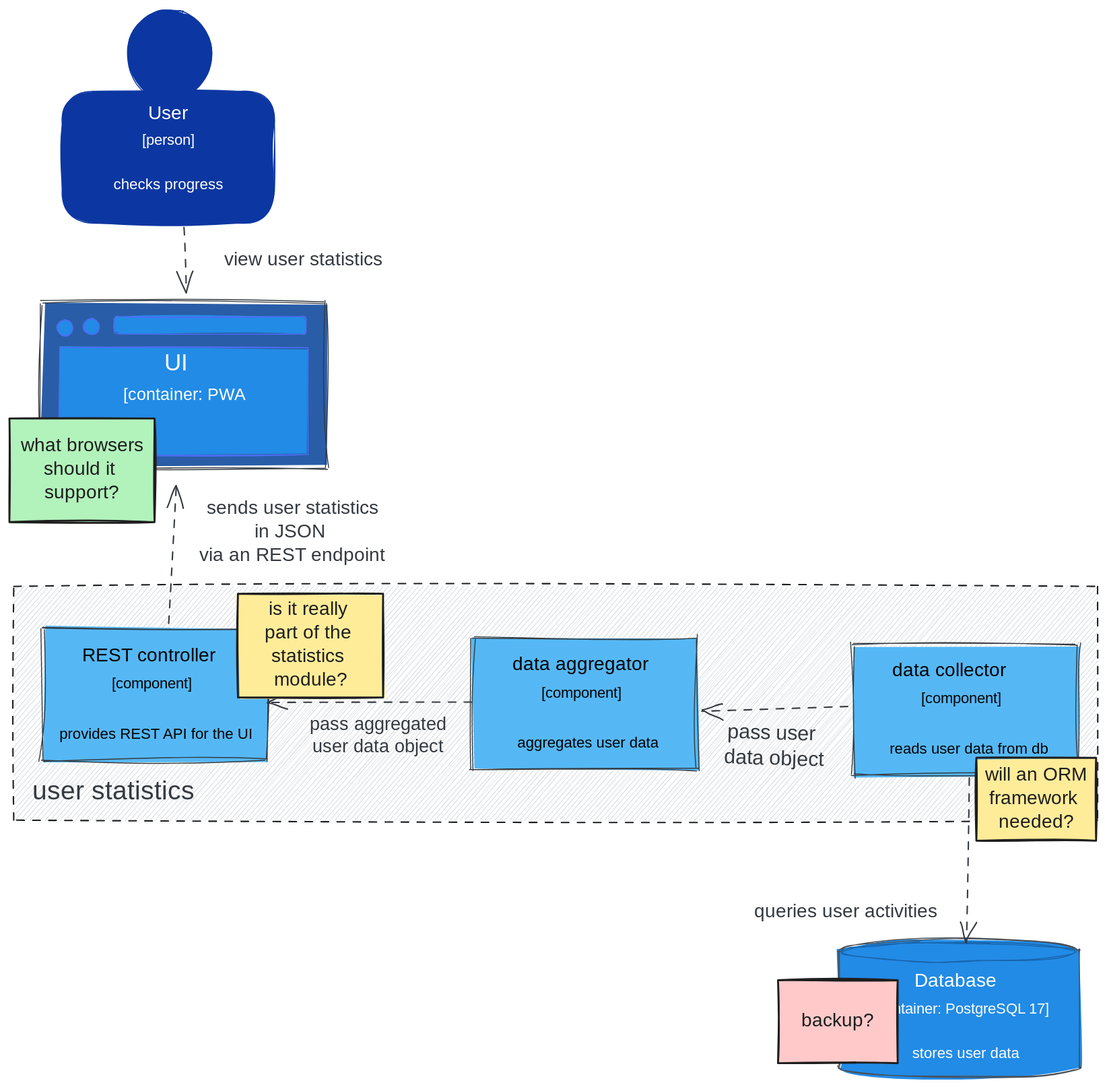
This is lectures/figures/user_statistics/risk_storming.excalidraw.svg from pintergreg/software-engineering, a Excalidraw export, as it was before one commit. Source tidied: one line per element, renumbered; positions are measured from the earlier drawing's top-left corner, leaving out a move shared by most shapes.
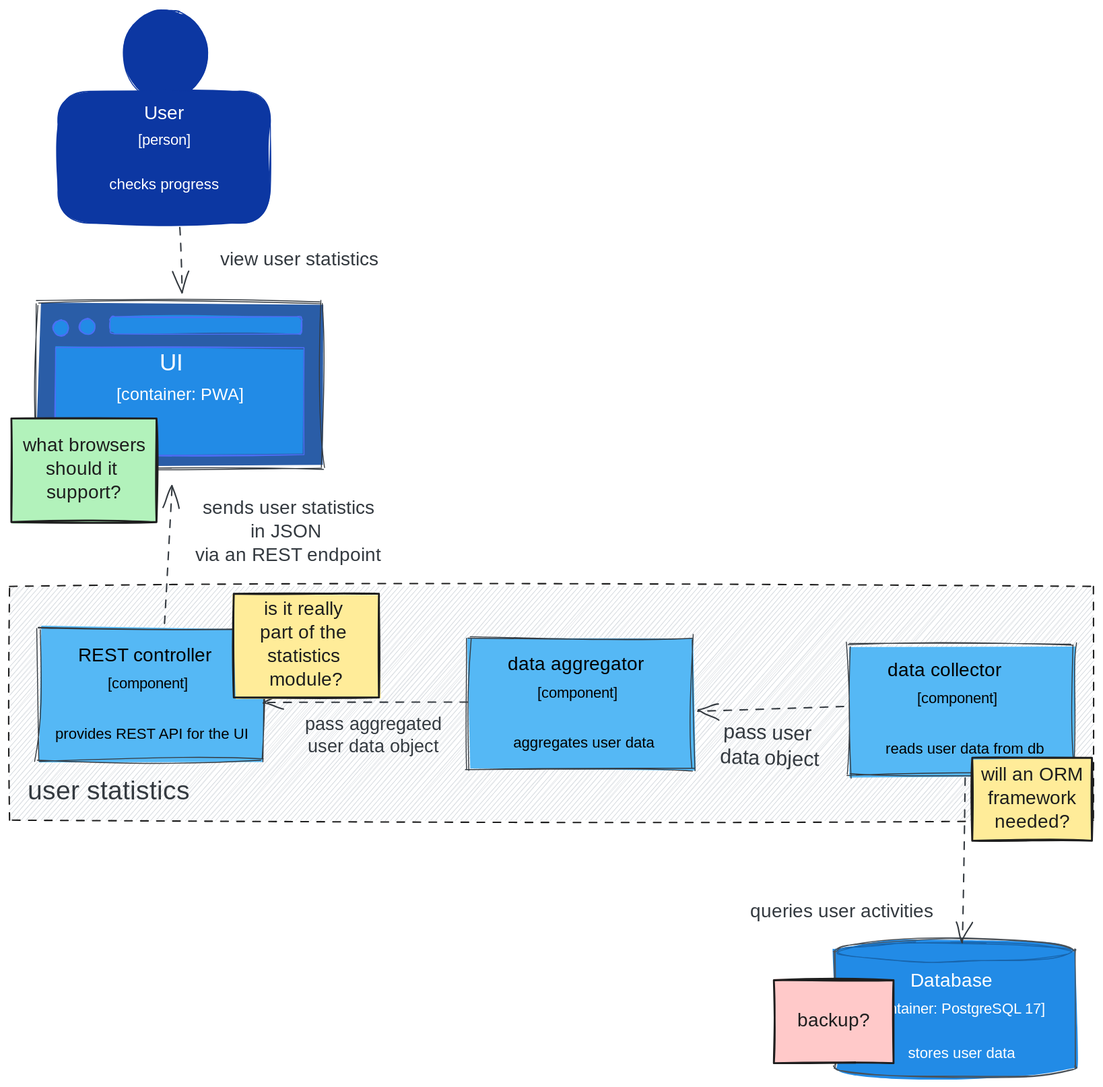
After the commit.

What changed in the source:
```diff
@@ -10,7 +10,7 @@
 {"id": 9, "type": "ellipse", "strokeColor": "#4c6ef5", "backgroundColor": "#228be6", "fillStyle": "solid", "strokeWidth": 1, "roughness": 1, "x": 51, "y": 329, "width": 17, "height": 17}
 {"id": 10, "type": "ellipse", "strokeColor": "#4c6ef5", "backgroundColor": "#228be6", "fillStyle": "solid", "strokeWidth": 1, "roughness": 1, "x": 79, "y": 328, "width": 17, "height": 17}
 {"id": 11, "type": "text", "text": "UI", "strokeColor": "#fff", "backgroundColor": "#228be6", "fillStyle": "solid", "strokeWidth": 1, "roughness": 1, "fontSize": 25.18, "fontFamily": 1, "x": 164, "y": 361, "width": 32, "height": 31}
-{"id": 12, "type": "text", "text": "[container: PWA", "strokeColor": "#fff", "backgroundColor": "#55b8f5", "fillStyle": "solid", "strokeWidth": 1, "roughness": 1, "fontSize": 18.01, "fontFamily": 3, "textAlign": "center", "x": 105, "y": 397, "width": 162, "height": 23}
+{"id": 12, "type": "text", "text": "[container: PWA]", "strokeColor": "#fff", "backgroundColor": "#55b8f5", "fillStyle": "solid", "strokeWidth": 1, "roughness": 1, "fontSize": 18.01, "fontFamily": 3, "textAlign": "center", "x": 101, "y": 397, "width": 169, "height": 23}
 {"id": 13, "type": "line", "strokeColor": "#495057", "backgroundColor": "#228be6", "fillStyle": "solid", "strokeWidth": 1, "roughness": 1, "round": true, "x": 880, "y": 998, "width": 256, "height": 147, "points": [[0, 0], [1, 111], [0, 124], [13, 129], [59, 134], [136, 135], [210, 133], [250, 127], [255, 123], [256, 112], [255, 9], [254, 0], [238, -6], [203, -9], [124, -12], [61, -10], [11, -5], [0, 0], [0, 0]]}
 {"id": 14, "type": "ellipse", "strokeColor": "#1864ab", "backgroundColor": "#228be6", "fillStyle": "solid", "strokeWidth": 1, "roughness": 1, "x": 883, "y": 990, "width": 249, "height": 21}
 {"id": 15, "type": "text", "text": "Database", "strokeColor": "#ffffff", "backgroundColor": "#228be6", "fillStyle": "hachure", "strokeWidth": 1, "strokeStyle": "dashed", "roughness": 2, "fontSize": 20, "fontFamily": 1, "x": 960, "y": 1019, "width": 100, "height": 25}
@@ -40,10 +40,10 @@
 {"id": 39, "type": "text", "text": "sends user statistics\nin JSON \nvia an REST endpoint", "strokeColor": "#343a40", "strokeWidth": 1, "strokeStyle": "dashed", "roughness": 2, "fontSize": 20, "fontFamily": 1, "textAlign": "center", "x": 193, "y": 517, "width": 215, "height": 75}
 {"id": 40, "type": "text", "text": "user statistics", "strokeColor": "#343a40", "backgroundColor": "#ced4da", "fillStyle": "hachure", "strokeWidth": 1, "strokeStyle": "dashed", "roughness": 2, "fontSize": 28.06, "fontFamily": 1, "x": 24, "y": 813, "width": 211, "height": 35}
 {"id": 41, "type": "rectangle", "strokeColor": "#1e1e1e", "backgroundColor": "#ffec99", "fillStyle": "solid", "strokeWidth": 2, "roughness": 1, "x": 1026, "y": 794, "width": 127, "height": 88}
-{"id": 42, "type": "text", "text": "will an ORM\nframework \nneeded?", "strokeColor": "#1e1e1e", "backgroundColor": "#ffec99", "fillStyle": "solid", "strokeWidth": 2, "roughness": 1, "fontSize": 20, "fontFamily": 5, "textAlign": "center", "verticalAlign": "middle", "inside": 41, "x": 1034, "y": 800, "width": 112, "height": 75}
+{"id": 42, "type": "text", "text": "will an ORM\nframework\nneeded?", "strokeColor": "#1e1e1e", "backgroundColor": "#ffec99", "fillStyle": "solid", "strokeWidth": 2, "roughness": 1, "fontSize": 20, "fontFamily": 5, "textAlign": "center", "verticalAlign": "middle", "inside": 41, "x": 1034, "y": 800, "width": 112, "height": 75}
 {"id": 43, "type": "rectangle", "strokeColor": "#1e1e1e", "backgroundColor": "#ffc9c9", "fillStyle": "solid", "strokeWidth": 2, "roughness": 1, "x": 816, "y": 1030, "width": 127, "height": 88}
 {"id": 44, "type": "text", "text": "backup?", "strokeColor": "#1e1e1e", "backgroundColor": "#ffec99", "fillStyle": "solid", "strokeWidth": 2, "roughness": 1, "fontSize": 20, "fontFamily": 5, "textAlign": "center", "verticalAlign": "middle", "inside": 43, "x": 841, "y": 1061, "width": 76, "height": 25}
 {"id": 45, "type": "rectangle", "strokeColor": "#1e1e1e", "backgroundColor": "#ffec99", "fillStyle": "solid", "strokeWidth": 2, "roughness": 1, "x": 242, "y": 620, "width": 154, "height": 110}
 {"id": 46, "type": "text", "text": "is it really \npart of the \nstatistics \nmodule?", "strokeColor": "#1e1e1e", "backgroundColor": "#ffec99", "fillStyle": "solid", "strokeWidth": 2, "roughness": 1, "fontSize": 20, "fontFamily": 5, "textAlign": "center", "verticalAlign": "middle", "inside": 45, "x": 259, "y": 625, "width": 122, "height": 100}
-{"id": 47, "type": "rectangle", "strokeColor": "#1e1e1e", "backgroundColor": "#b2f2bb", "fillStyle": "solid", "strokeWidth": 2, "roughness": 1, "x": 0, "y": 434, "width": 154, "height": 110}
+{"id": 47, "type": "rectangle", "strokeColor": "#1e1e1e", "backgroundColor": "#b2f2bb", "fillStyle": "solid", "strokeWidth": 2, "roughness": 1, "x": 6, "y": 434, "width": 154, "height": 110}
-{"id": 48, "type": "text", "text": "what browsers\nshould it \nsupport?", "strokeColor": "#1e1e1e", "backgroundColor": "#ffec99", "fillStyle": "solid", "strokeWidth": 2, "roughness": 1, "fontSize": 20, "fontFamily": 5, "textAlign": "center", "verticalAlign": "middle", "inside": 47, "x": 6, "y": 451, "width": 142, "height": 75}
+{"id": 48, "type": "text", "text": "what browsers\nshould it \nsupport?", "strokeColor": "#1e1e1e", "backgroundColor": "#ffec99", "fillStyle": "solid", "strokeWidth": 2, "roughness": 1, "fontSize": 20, "fontFamily": 5, "textAlign": "center", "verticalAlign": "middle", "inside": 47, "x": 12, "y": 451, "width": 142, "height": 75}
```
